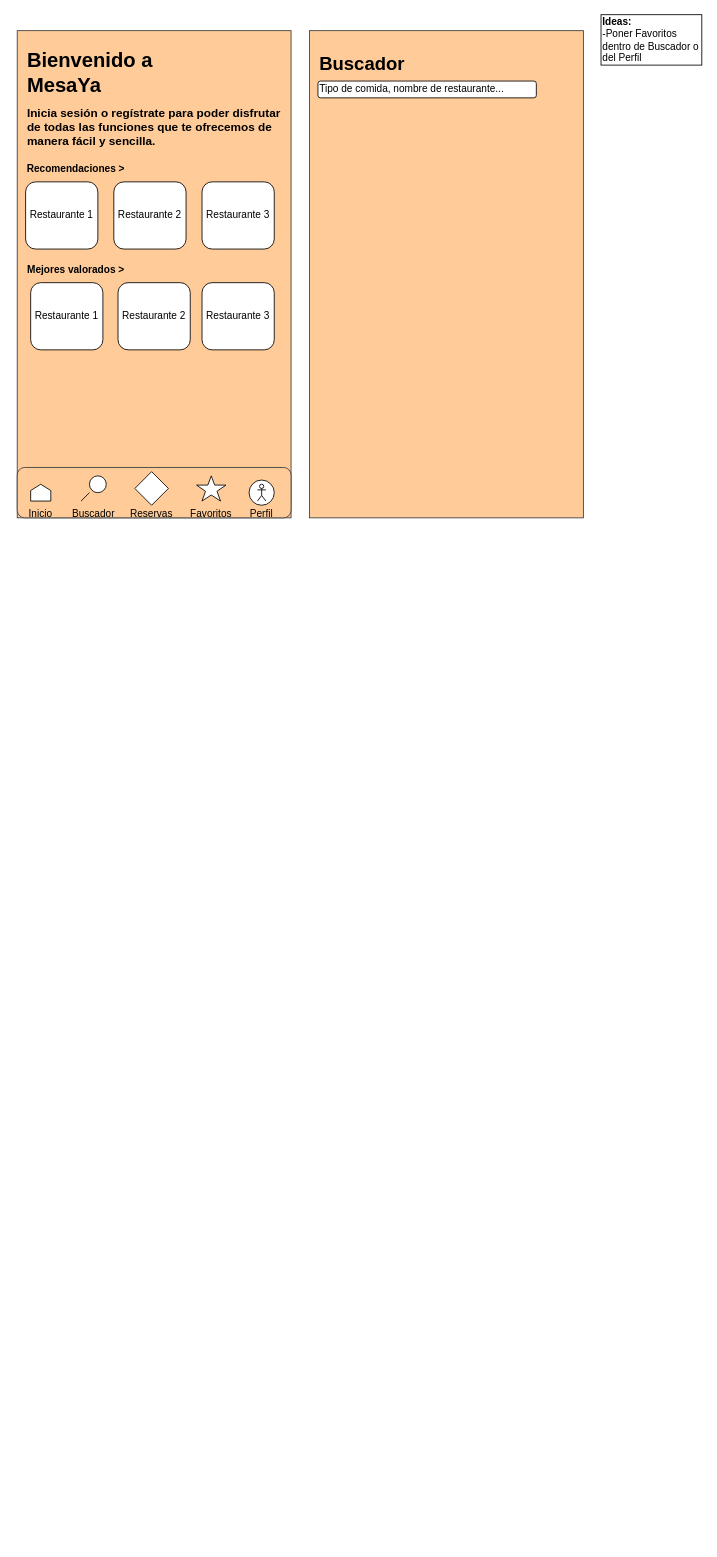
Above: TFG_MesaYa.drawio in JoseAdrianAG/TFG (draw.io), before the change. Source tidied: cells renumbered, new cells numbered last; positions are measured from the earlier drawing's top-left corner, leaving out a move shared by most shapes. Both pictures are drawn from the tidied source at 84%, with x=0, y=0 at pixel (15, 14).
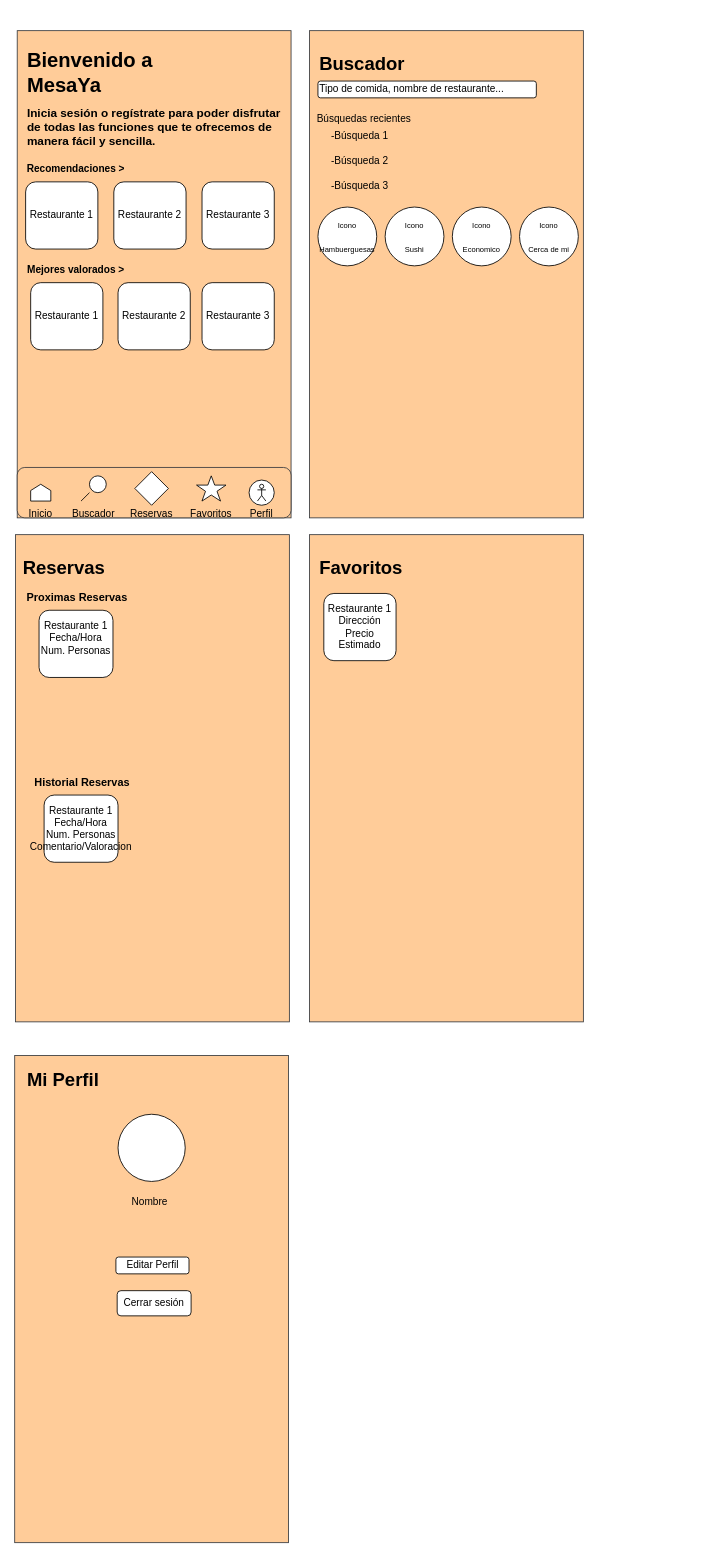
Above is the later version.

The edit, as a diff of the source:
```diff
@@
-    <mxCell id="19" value="&lt;b&gt;Ideas:&lt;/b&gt;&lt;div&gt;-Poner Favoritos dentro de Buscador o del Perfil&lt;/div&gt;" style="rounded=0;whiteSpace=wrap;html=1;align=left;" parent="1" vertex="1">
-      <mxGeometry x="697" width="120" height="60" as="geometry" />
-    </mxCell>
@@
+    <mxCell id="31" value="Búsquedas recientes" style="text;html=1;align=center;verticalAlign=middle;whiteSpace=wrap;rounded=0;" parent="1" vertex="1">
+      <mxGeometry x="350" y="109" width="130" height="30" as="geometry" />
+    </mxCell>
+    <mxCell id="32" value="-Búsqueda 1" style="text;html=1;align=center;verticalAlign=middle;whiteSpace=wrap;rounded=0;" parent="1" vertex="1">
+      <mxGeometry x="360" y="129" width="100" height="30" as="geometry" />
+    </mxCell>
+    <mxCell id="33" value="-Búsqueda 2" style="text;html=1;align=center;verticalAlign=middle;whiteSpace=wrap;rounded=0;" parent="1" vertex="1">
+      <mxGeometry x="360" y="159" width="100" height="30" as="geometry" />
+    </mxCell>
+    <mxCell id="34" value="-Búsqueda 3" style="text;html=1;align=center;verticalAlign=middle;whiteSpace=wrap;rounded=0;" parent="1" vertex="1">
+      <mxGeometry x="360" y="189" width="100" height="30" as="geometry" />
+    </mxCell>
+    <mxCell id="35" value="&lt;font style=&quot;font-size: 9px;&quot;&gt;Icono&lt;br&gt;&lt;br&gt;Hambuerguesas&lt;/font&gt;" style="ellipse;whiteSpace=wrap;html=1;" parent="1" vertex="1">
+      <mxGeometry x="360" y="229" width="70" height="70" as="geometry" />
+    </mxCell>
+    <mxCell id="36" value="&lt;font style=&quot;font-size: 9px;&quot;&gt;Icono&lt;br&gt;&lt;br&gt;Sushi&lt;/font&gt;" style="ellipse;whiteSpace=wrap;html=1;" parent="1" vertex="1">
+      <mxGeometry x="440" y="229" width="70" height="70" as="geometry" />
+    </mxCell>
+    <mxCell id="37" value="&lt;font style=&quot;font-size: 9px;&quot;&gt;Icono&lt;br&gt;&lt;br&gt;Economico&lt;/font&gt;" style="ellipse;whiteSpace=wrap;html=1;" parent="1" vertex="1">
+      <mxGeometry x="520" y="229" width="70" height="70" as="geometry" />
+    </mxCell>
+    <mxCell id="38" value="&lt;font style=&quot;font-size: 9px;&quot;&gt;Icono&lt;br&gt;&lt;br&gt;Cerca de mi&lt;/font&gt;" style="ellipse;whiteSpace=wrap;html=1;" parent="1" vertex="1">
+      <mxGeometry x="600" y="229" width="70" height="70" as="geometry" />
+    </mxCell>
+    <mxCell id="39" style="rounded=0;whiteSpace=wrap;html=1;fillColor=#ffcc99;strokeColor=#36393d;" parent="1" vertex="1">
+      <mxGeometry y="619" width="326" height="580" as="geometry" />
+    </mxCell>
+    <mxCell id="40" value="&lt;h1&gt;Reservas&lt;/h1&gt;" style="text;html=1;align=left;verticalAlign=middle;whiteSpace=wrap;rounded=0;fontSize=11;" parent="1" vertex="1">
+      <mxGeometry x="7" y="629" width="130" height="60" as="geometry" />
+    </mxCell>
+    <mxCell id="41" value="Restaurante 1&lt;br&gt;Fecha/Hora&lt;br&gt;Num. Personas&lt;div&gt;&lt;br&gt;&lt;/div&gt;" style="rounded=1;whiteSpace=wrap;html=1;" parent="1" vertex="1">
+      <mxGeometry x="28" y="709" width="88" height="80" as="geometry" />
+    </mxCell>
+    <mxCell id="42" style="edgeStyle=orthogonalEdgeStyle;rounded=0;orthogonalLoop=1;jettySize=auto;html=1;exitX=0.5;exitY=1;exitDx=0;exitDy=0;" parent="1" edge="1">
+      <mxGeometry relative="1" as="geometry">
+        <mxPoint x="37" y="819" as="sourcePoint" />
+        <mxPoint x="37" y="819" as="targetPoint" />
+      </mxGeometry>
+    </mxCell>
+    <mxCell id="43" value="Proximas Reservas" style="text;html=1;align=center;verticalAlign=middle;whiteSpace=wrap;rounded=0;fontStyle=1;fontSize=13;" parent="1" vertex="1">
+      <mxGeometry x="7" y="679" width="133" height="30" as="geometry" />
+    </mxCell>
+    <mxCell id="44" value="Restaurante 1&lt;br&gt;Fecha/Hora&lt;br&gt;Num. Personas&lt;div&gt;Comentario/Valoracion&lt;/div&gt;" style="rounded=1;whiteSpace=wrap;html=1;" parent="1" vertex="1">
+      <mxGeometry x="34" y="929" width="88" height="80" as="geometry" />
+    </mxCell>
+    <mxCell id="45" value="Historial Reservas" style="text;html=1;align=center;verticalAlign=middle;whiteSpace=wrap;rounded=0;fontStyle=1;fontSize=13;" parent="1" vertex="1">
+      <mxGeometry x="13" y="899" width="133" height="30" as="geometry" />
+    </mxCell>
+    <mxCell id="46" style="rounded=0;whiteSpace=wrap;html=1;fillColor=#ffcc99;strokeColor=#36393d;" parent="1" vertex="1">
+      <mxGeometry x="350" y="619" width="326" height="580" as="geometry" />
+    </mxCell>
+    <mxCell id="47" value="&lt;h1&gt;Favoritos&lt;/h1&gt;" style="text;html=1;align=left;verticalAlign=middle;whiteSpace=wrap;rounded=0;fontSize=11;" parent="1" vertex="1">
+      <mxGeometry x="360" y="629" width="130" height="60" as="geometry" />
+    </mxCell>
+    <mxCell id="48" value="Restaurante 1&lt;div&gt;Dirección&lt;/div&gt;&lt;div&gt;Precio Estimado&lt;/div&gt;" style="rounded=1;whiteSpace=wrap;html=1;" parent="1" vertex="1">
+      <mxGeometry x="367" y="689" width="86" height="80" as="geometry" />
+    </mxCell>
+    <mxCell id="49" style="rounded=0;whiteSpace=wrap;html=1;fillColor=#ffcc99;strokeColor=#36393d;" parent="1" vertex="1">
+      <mxGeometry x="-1" y="1239" width="326" height="580" as="geometry" />
+    </mxCell>
+    <mxCell id="50" value="&lt;h1&gt;Mi Perfil&lt;/h1&gt;" style="text;html=1;align=left;verticalAlign=middle;whiteSpace=wrap;rounded=0;fontSize=11;" parent="1" vertex="1">
+      <mxGeometry x="12" y="1239" width="130" height="60" as="geometry" />
+    </mxCell>
+    <mxCell id="51" style="ellipse;whiteSpace=wrap;html=1;" parent="1" vertex="1">
+      <mxGeometry x="122" y="1309" width="80" height="80" as="geometry" />
+    </mxCell>
+    <mxCell id="52" value="Nombre" style="text;html=1;align=center;verticalAlign=middle;whiteSpace=wrap;rounded=0;" parent="1" vertex="1">
+      <mxGeometry x="130" y="1399" width="60" height="30" as="geometry" />
+    </mxCell>
+    <mxCell id="53" value="Editar Perfil" style="rounded=1;whiteSpace=wrap;html=1;" parent="1" vertex="1">
+      <mxGeometry x="119.5" y="1479" width="87" height="20" as="geometry" />
+    </mxCell>
+    <mxCell id="54" value="Cerrar sesión" style="rounded=1;whiteSpace=wrap;html=1;" parent="1" vertex="1">
+      <mxGeometry x="121" y="1519" width="88" height="30" as="geometry" />
+    </mxCell>
```
